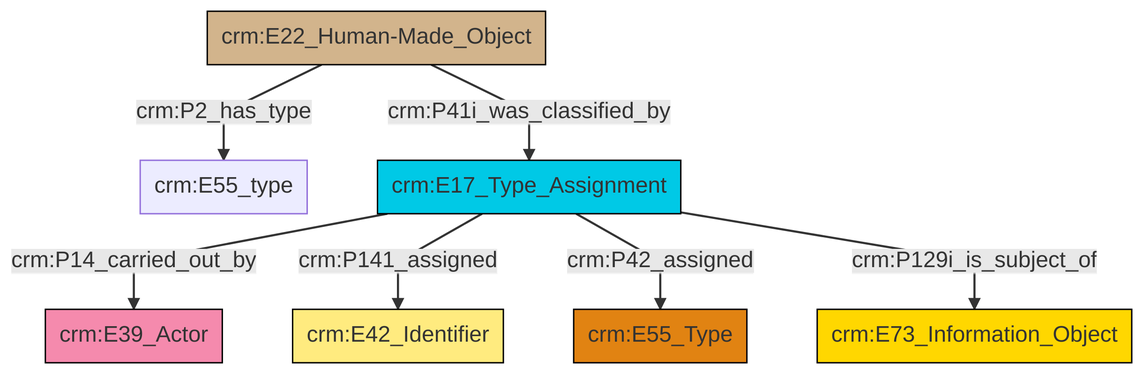
Above: et/builtWorkCSV/ttl/mmd/png/Built_Work_designation_status.png in swiss-art-research-net/docs.swissartresearch (Mermaid), before the change. Its source is kept beside it as et/builtWorkCSV/ttl/mmd/Built_Work_designation_status.ttl.mmd.
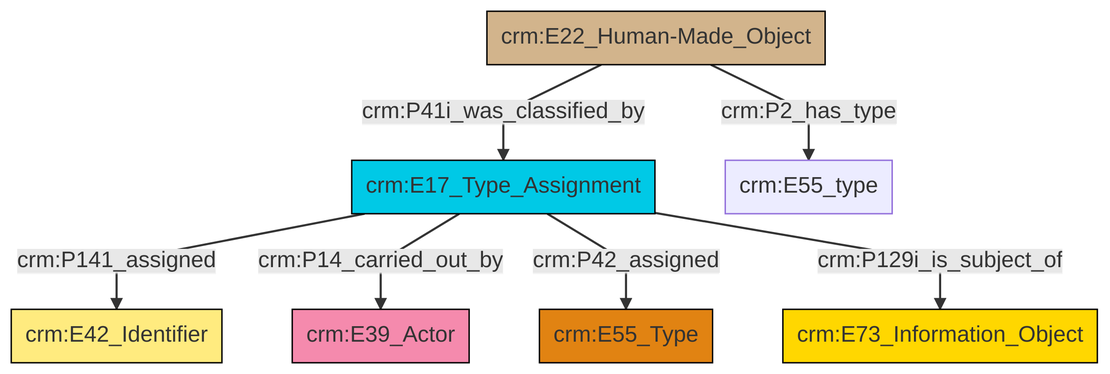
The same diagram one commit later.

Change to the diagram source:
```diff
@@ -13,9 +13,9 @@
 classDef PC_Classes fill:#4ce600, stroke:#000000;
 classDef Multi fill:#cccccc,stroke:#000000;
 
-0["crm:E22_Human-Made_Object"]:::Physical_Thing -->|crm:P2_has_type| 1["crm:E55_type"]:::Default
-2["crm:E17_Type_Assignment"]:::Temporal_Entity -->|crm:P14_carried_out_by| 3["crm:E39_Actor"]:::Actor
-2["crm:E17_Type_Assignment"]:::Temporal_Entity -->|crm:P141_assigned| 4["crm:E42_Identifier"]:::Appellation
-0["crm:E22_Human-Made_Object"]:::Physical_Thing -->|crm:P41i_was_classified_by| 2["crm:E17_Type_Assignment"]:::Temporal_Entity
-2["crm:E17_Type_Assignment"]:::Temporal_Entity -->|crm:P42_assigned| 5["crm:E55_Type"]:::Type
-2["crm:E17_Type_Assignment"]:::Temporal_Entity -->|crm:P129i_is_subject_of| 6["crm:E73_Information_Object"]:::Conceptual_Object
+4["crm:E17_Type_Assignment"]:::Temporal_Entity -->|crm:P141_assigned| 5["crm:E42_Identifier"]:::Appellation
+4["crm:E17_Type_Assignment"]:::Temporal_Entity -->|crm:P14_carried_out_by| 0["crm:E39_Actor"]:::Actor
+4["crm:E17_Type_Assignment"]:::Temporal_Entity -->|crm:P42_assigned| 2["crm:E55_Type"]:::Type
+4["crm:E17_Type_Assignment"]:::Temporal_Entity -->|crm:P129i_is_subject_of| 8["crm:E73_Information_Object"]:::Conceptual_Object
+6["crm:E22_Human-Made_Object"]:::Physical_Thing -->|crm:P2_has_type| 12["crm:E55_type"]:::Default
+6["crm:E22_Human-Made_Object"]:::Physical_Thing -->|crm:P41i_was_classified_by| 4["crm:E17_Type_Assignment"]:::Temporal_Entity
```
